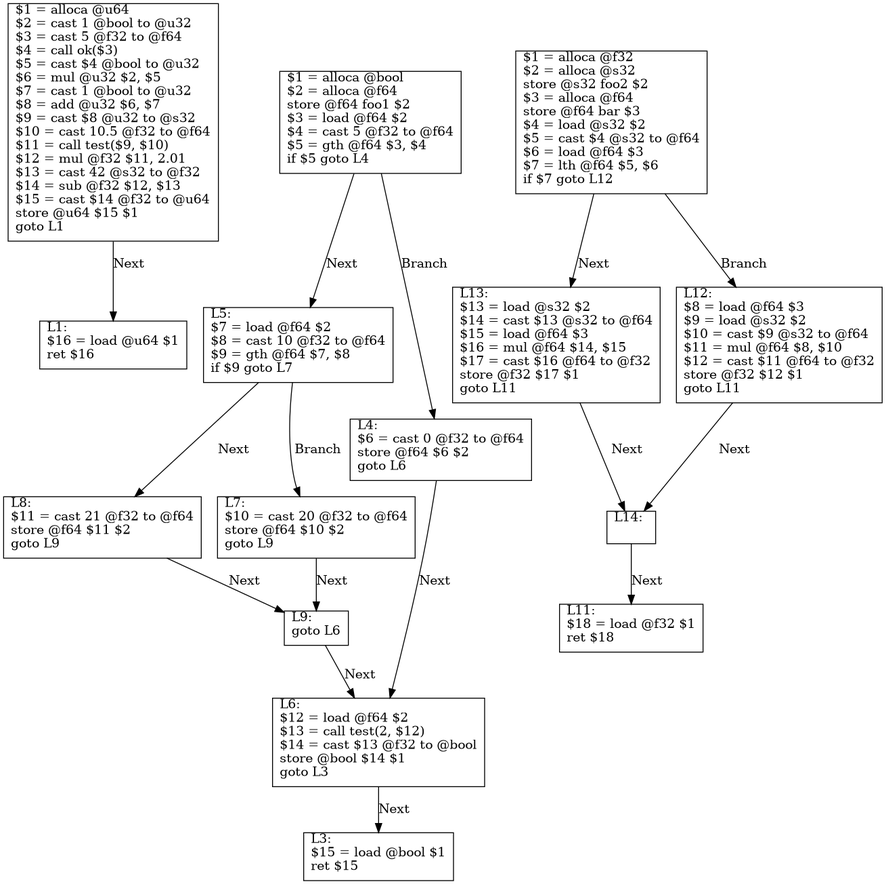
This is example/test.png from Excse/arkoi_language, a Graphviz export, as it was before one commit. Its source is kept beside it as example/test.dot.
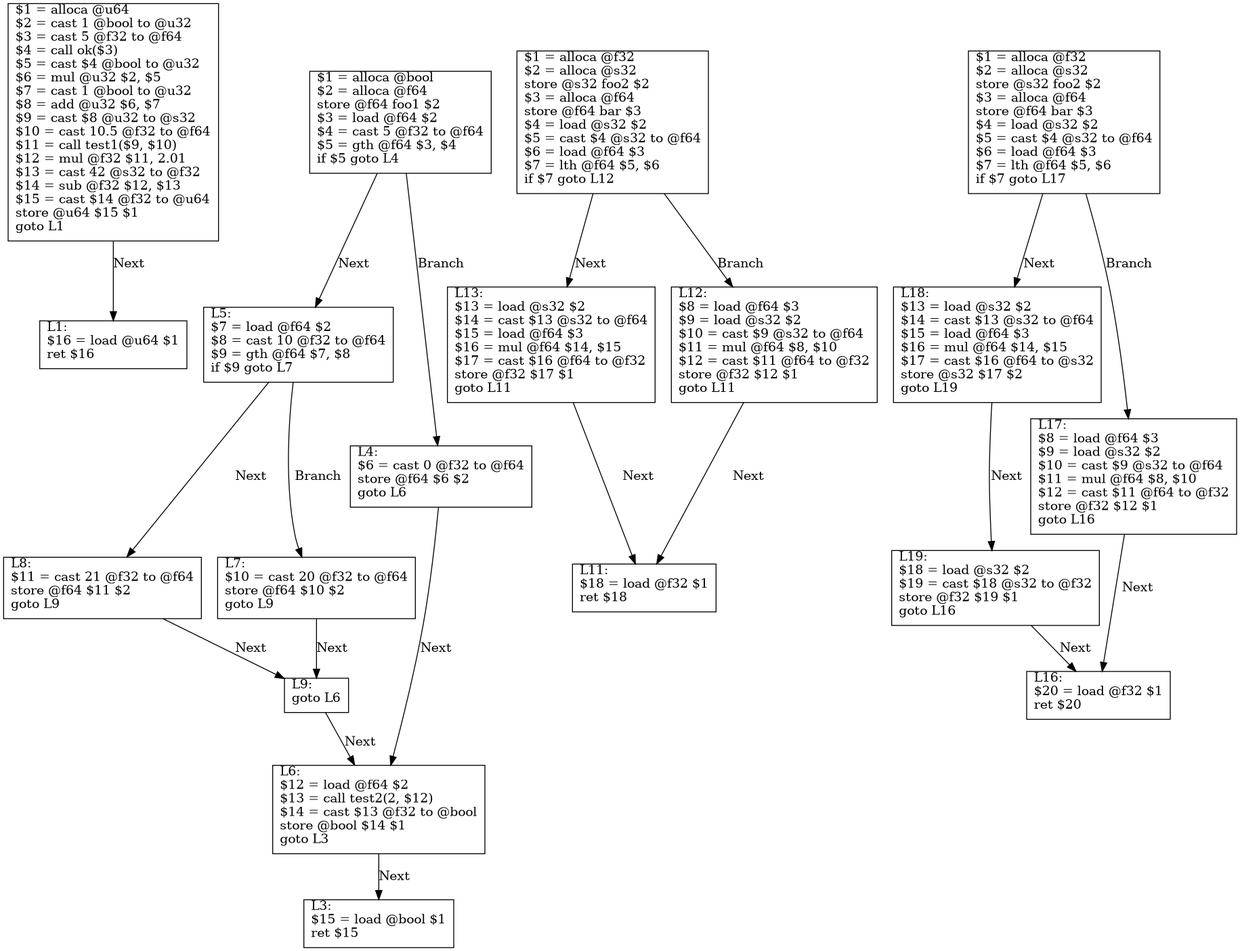
The same diagram one commit later.

What changed in the source:
```diff
@@ -1,6 +1,6 @@
 digraph CFG {
     node [shape=box, labelloc="t", labeljust="l"]
-    L0 [label="$1 = alloca @u64\l$2 = cast 1 @bool to @u32\l$3 = cast 5 @f32 to @f64\l$4 = call ok($3)\l$5 = cast $4 @bool to @u32\l$6 = mul @u32 $2, $5\l$7 = cast 1 @bool to @u32\l$8 = add @u32 $6, $7\l$9 = cast $8 @u32 to @s32\l$10 = cast 10.5 @f32 to @f64\l$11 = call test($9, $10)\l$12 = mul @f32 $11, 2.01\l$13 = cast 42 @s32 to @f32\l$14 = sub @f32 $12, $13\l$15 = cast $14 @f32 to @u64\lstore @u64 $15 $1\lgoto L1\l"]
+    L0 [label="$1 = alloca @u64\l$2 = cast 1 @bool to @u32\l$3 = cast 5 @f32 to @f64\l$4 = call ok($3)\l$5 = cast $4 @bool to @u32\l$6 = mul @u32 $2, $5\l$7 = cast 1 @bool to @u32\l$8 = add @u32 $6, $7\l$9 = cast $8 @u32 to @s32\l$10 = cast 10.5 @f32 to @f64\l$11 = call test1($9, $10)\l$12 = mul @f32 $11, 2.01\l$13 = cast 42 @s32 to @f32\l$14 = sub @f32 $12, $13\l$15 = cast $14 @f32 to @u64\lstore @u64 $15 $1\lgoto L1\l"]
     L0 -> L1 [label="Next"]
     L1 [label="L1:\l$16 = load @u64 $1\lret $16\l"]
     L2 [label="$1 = alloca @bool\l$2 = alloca @f64\lstore @f64 foo1 $2\l$3 = load @f64 $2\l$4 = cast 5 @f32 to @f64\l$5 = gth @f64 $3, $4\lif $5 goto L4\l"]
@@ -8,7 +8,7 @@
     L2 -> L4 [label="Branch"]
     L4 [label="L4:\l$6 = cast 0 @f32 to @f64\lstore @f64 $6 $2\lgoto L6\l"]
     L4 -> L6 [label="Next"]
-    L6 [label="L6:\l$12 = load @f64 $2\l$13 = call test(2, $12)\l$14 = cast $13 @f32 to @bool\lstore @bool $14 $1\lgoto L3\l"]
+    L6 [label="L6:\l$12 = load @f64 $2\l$13 = call test2(2, $12)\l$14 = cast $13 @f32 to @bool\lstore @bool $14 $1\lgoto L3\l"]
     L6 -> L3 [label="Next"]
     L5 [label="L5:\l$7 = load @f64 $2\l$8 = cast 10 @f32 to @f64\l$9 = gth @f64 $7, $8\lif $9 goto L7\l"]
     L5 -> L8 [label="Next"]
@@ -24,10 +24,18 @@
     L10 -> L13 [label="Next"]
     L10 -> L12 [label="Branch"]
     L12 [label="L12:\l$8 = load @f64 $3\l$9 = load @s32 $2\l$10 = cast $9 @s32 to @f64\l$11 = mul @f64 $8, $10\l$12 = cast $11 @f64 to @f32\lstore @f32 $12 $1\lgoto L11\l"]
-    L12 -> L14 [label="Next"]
-    L14 [label="L14:\l"]
-    L14 -> L11 [label="Next"]
+    L12 -> L11 [label="Next"]
     L13 [label="L13:\l$13 = load @s32 $2\l$14 = cast $13 @s32 to @f64\l$15 = load @f64 $3\l$16 = mul @f64 $14, $15\l$17 = cast $16 @f64 to @f32\lstore @f32 $17 $1\lgoto L11\l"]
-    L13 -> L14 [label="Next"]
+    L13 -> L11 [label="Next"]
     L11 [label="L11:\l$18 = load @f32 $1\lret $18\l"]
+    L15 [label="$1 = alloca @f32\l$2 = alloca @s32\lstore @s32 foo2 $2\l$3 = alloca @f64\lstore @f64 bar $3\l$4 = load @s32 $2\l$5 = cast $4 @s32 to @f64\l$6 = load @f64 $3\l$7 = lth @f64 $5, $6\lif $7 goto L17\l"]
+    L15 -> L18 [label="Next"]
+    L15 -> L17 [label="Branch"]
+    L17 [label="L17:\l$8 = load @f64 $3\l$9 = load @s32 $2\l$10 = cast $9 @s32 to @f64\l$11 = mul @f64 $8, $10\l$12 = cast $11 @f64 to @f32\lstore @f32 $12 $1\lgoto L16\l"]
+    L17 -> L16 [label="Next"]
+    L18 [label="L18:\l$13 = load @s32 $2\l$14 = cast $13 @s32 to @f64\l$15 = load @f64 $3\l$16 = mul @f64 $14, $15\l$17 = cast $16 @f64 to @f64\lstore @f64 $17 $3\lgoto L19\l"]
+    L18 -> L19 [label="Next"]
+    L19 [label="L19:\l$18 = load @f64 $3\l$19 = cast $18 @f64 to @f32\lstore @f32 $19 $1\lgoto L16\l"]
+    L19 -> L16 [label="Next"]
+    L16 [label="L16:\l$20 = load @f32 $1\lret $20\l"]
 }
```
